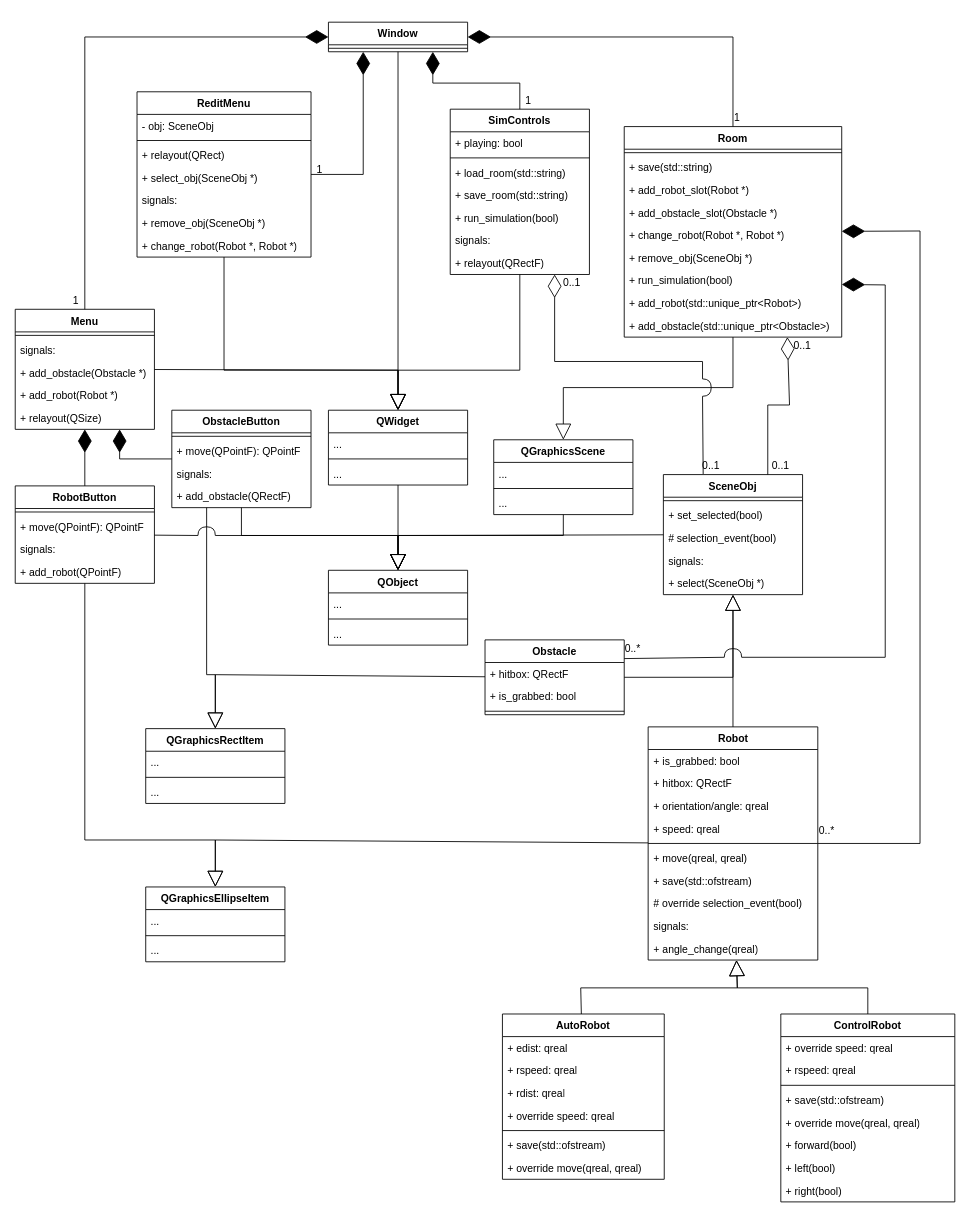
Above: class-diagram.drawio in BonnyAD9/icp-robots (draw.io), before the change. Source tidied: cells renumbered, new cells numbered last; positions are measured from the earlier drawing's top-left corner, leaving out a move shared by most shapes. Both pictures are drawn from the tidied source at 87%, with x=0, y=0 at pixel (15, 22).
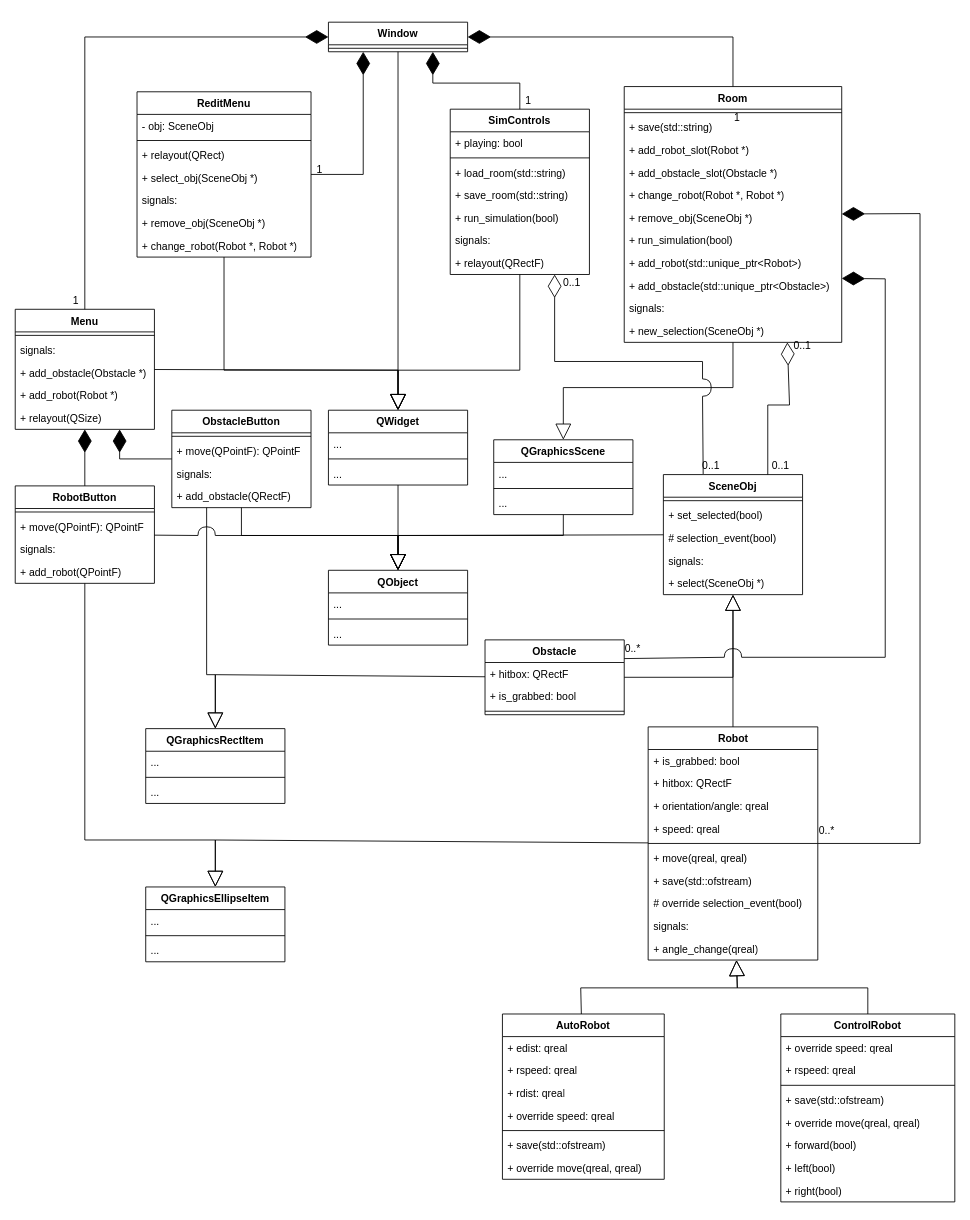
The same page after the edit.

Unchanged cells that the change refers to:
```xml
<mxCell id="86" value="&lt;div&gt;Robot&lt;/div&gt;" style="swimlane;fontStyle=1;align=center;verticalAlign=top;horizontal=1;startSize=26;whiteSpace=wrap;html=1;" parent="1" vertex="1">
  <mxGeometry x="727.5" y="810" width="195" height="268" as="geometry" />
</mxCell>
```

What changed in the source:
```diff
@@
     <mxCell id="11" value="&lt;div&gt;Room&lt;/div&gt;" style="swimlane;fontStyle=1;align=center;verticalAlign=top;horizontal=1;startSize=26;whiteSpace=wrap;html=1;" parent="1" vertex="1">
-      <mxGeometry x="700" y="120" width="250" height="242" as="geometry" />
+      <mxGeometry x="700" y="74" width="250" height="294" as="geometry" />
     </mxCell>
@@
+    <mxCell id="148" value="signals:" style="text;strokeColor=none;fillColor=none;align=left;verticalAlign=top;spacingLeft=4;spacingRight=4;overflow=hidden;whiteSpace=wrap;html=1;" parent="11" vertex="1">
+      <mxGeometry y="242" width="250" height="26" as="geometry" />
+    </mxCell>
+    <mxCell id="149" value="+ new_selection(SceneObj *)" style="text;strokeColor=none;fillColor=none;align=left;verticalAlign=top;spacingLeft=4;spacingRight=4;overflow=hidden;whiteSpace=wrap;html=1;" parent="11" vertex="1">
+      <mxGeometry y="268" width="250" height="26" as="geometry" />
+    </mxCell>
@@
     <mxCell id="97" style="endArrow=diamondThin;endFill=1;endSize=24;html=1;rounded=0;" parent="1" edge="1" source="86" target="11">
       <mxGeometry relative="1" as="geometry">
         <Array as="points">
           <mxPoint x="1040" y="944" />
-          <mxPoint x="1040" y="240" />
+          <mxPoint x="1040" y="220" />
         </Array>
       </mxGeometry>
     </mxCell>
@@
     <mxCell id="102" style="endArrow=diamondThin;endFill=1;endSize=24;html=1;rounded=0;entryX=1;entryY=0.75;entryDx=0;entryDy=0;" parent="1" edge="1" target="11">
       <mxGeometry relative="1" as="geometry">
         <mxPoint x="835" y="730" as="sourcePoint" />
         <Array as="points">
           <mxPoint x="1000" y="730" />
-          <mxPoint x="1000" y="302" />
+          <mxPoint x="1000" y="295" />
         </Array>
       </mxGeometry>
     </mxCell>
```
